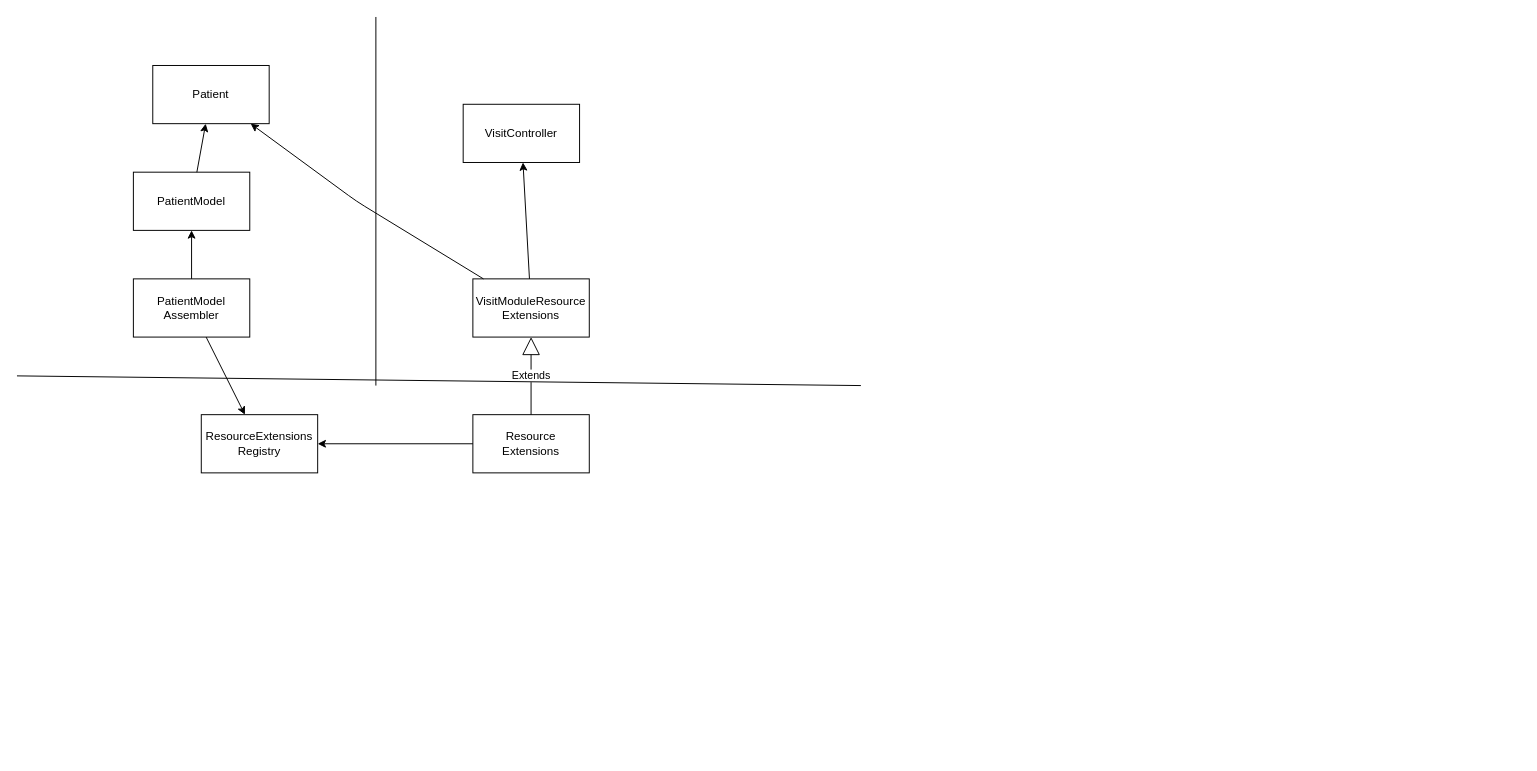
experimental-software/blog keeps this draw.io diagram as content/2021-07-17_cross-module-links/img/class-dependencies.drawio. Above is the earlier version. Source tidied: cells renumbered, new cells numbered last; positions are measured from the earlier drawing's top-left corner, leaving out a move shared by most shapes. Both pictures are drawn from the tidied source at 97%, with x=0, y=0 at pixel (16, 16).
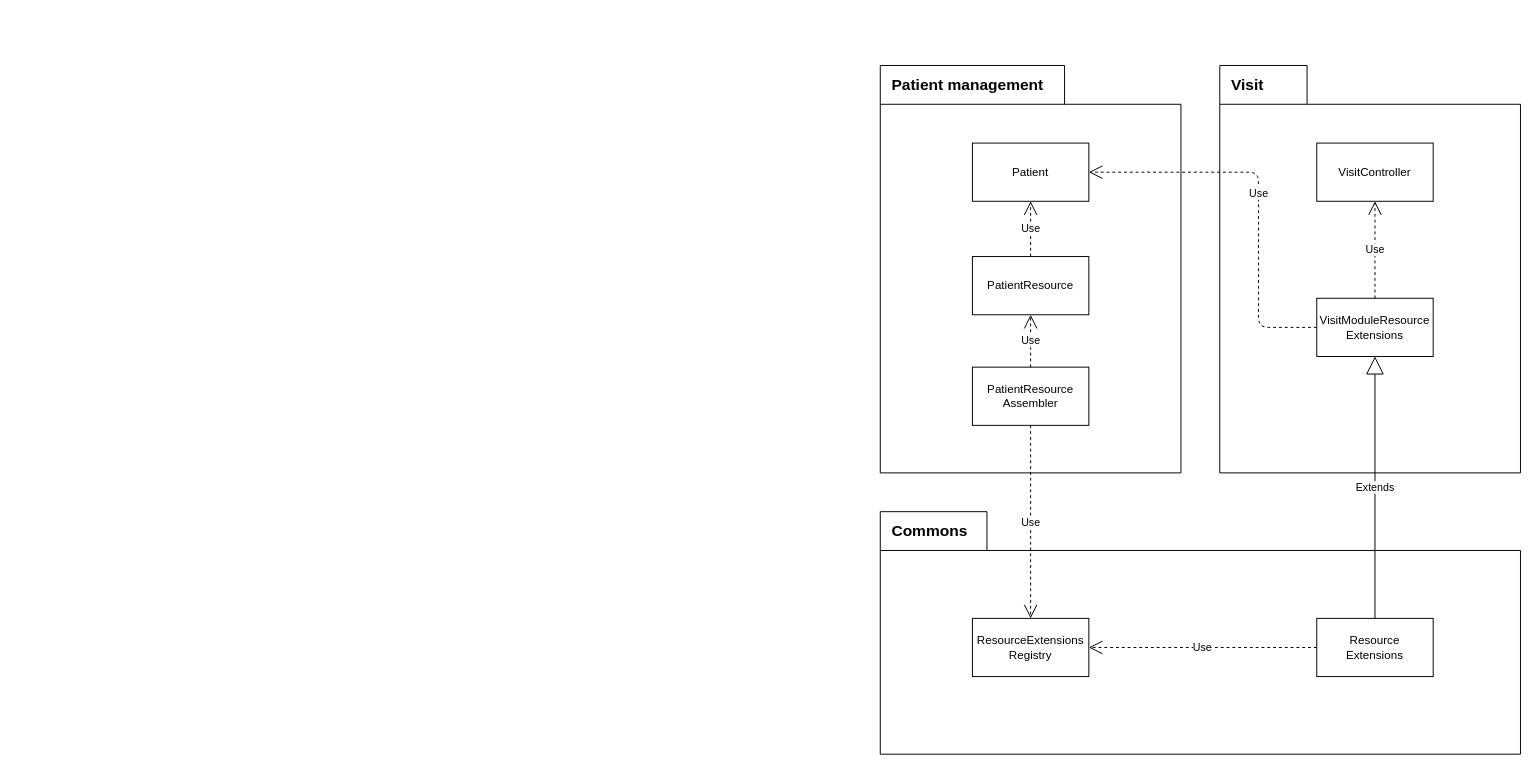
The same diagram, later.

The edit, as a diff of the source:
```diff
@@
+    <mxCell id="18" style="shape=folder;fontStyle=1;spacingTop=10;tabWidth=190;tabHeight=40;tabPosition=left;html=1;" parent="1" vertex="1">
+      <mxGeometry x="890" y="50" width="310" height="420" as="geometry" />
+    </mxCell>
+    <mxCell id="19" value="Patient management" style="text;html=1;strokeColor=none;fillColor=none;align=left;verticalAlign=middle;whiteSpace=wrap;rounded=0;fontStyle=1;fontSize=16;" parent="1" vertex="1">
+      <mxGeometry x="900" y="60" width="160" height="20" as="geometry" />
+    </mxCell>
+    <mxCell id="20" style="shape=folder;fontStyle=1;spacingTop=10;tabWidth=90;tabHeight=40;tabPosition=left;html=1;" parent="1" vertex="1">
+      <mxGeometry x="1240" y="50" width="310" height="420" as="geometry" />
+    </mxCell>
+    <mxCell id="21" value="Visit" style="text;html=1;strokeColor=none;fillColor=none;align=left;verticalAlign=middle;whiteSpace=wrap;rounded=0;fontStyle=1;fontSize=16;" parent="1" vertex="1">
+      <mxGeometry x="1250" y="60" width="60" height="20" as="geometry" />
+    </mxCell>
+    <mxCell id="22" style="shape=folder;fontStyle=1;spacingTop=10;tabWidth=110;tabHeight=40;tabPosition=left;html=1;" parent="1" vertex="1">
+      <mxGeometry x="890" y="510" width="660" height="250" as="geometry" />
+    </mxCell>
+    <mxCell id="23" value="Commons" style="text;html=1;strokeColor=none;fillColor=none;align=left;verticalAlign=middle;whiteSpace=wrap;rounded=0;fontStyle=1;fontSize=16;" parent="1" vertex="1">
+      <mxGeometry x="900" y="520" width="60" height="20" as="geometry" />
+    </mxCell>
     <mxCell id="2" value="Patient" style="rounded=0;whiteSpace=wrap;html=1;" parent="1" vertex="1">
-      <mxGeometry x="140" y="50" width="120" height="60" as="geometry" />
+      <mxGeometry x="985" y="130" width="120" height="60" as="geometry" />
     </mxCell>
-    <mxCell id="3" value="PatientModel" style="rounded=0;whiteSpace=wrap;html=1;" parent="1" vertex="1">
-      <mxGeometry x="120" y="160" width="120" height="60" as="geometry" />
+    <mxCell id="3" value="PatientResource" style="rounded=0;whiteSpace=wrap;html=1;" parent="1" vertex="1">
+      <mxGeometry x="985" y="247" width="120" height="60" as="geometry" />
     </mxCell>
-    <mxCell id="4" value="PatientModel&lt;br&gt;Assembler" style="rounded=0;whiteSpace=wrap;html=1;" parent="1" vertex="1">
-      <mxGeometry x="120" y="270" width="120" height="60" as="geometry" />
+    <mxCell id="4" value="PatientResource&lt;br&gt;Assembler" style="rounded=0;whiteSpace=wrap;html=1;" parent="1" vertex="1">
+      <mxGeometry x="985" y="361" width="120" height="60" as="geometry" />
     </mxCell>
     <mxCell id="5" value="ResourceExtensions&lt;br&gt;Registry" style="rounded=0;whiteSpace=wrap;html=1;" parent="1" vertex="1">
-      <mxGeometry x="190" y="410" width="120" height="60" as="geometry" />
+      <mxGeometry x="985" y="620" width="120" height="60" as="geometry" />
     </mxCell>
     <mxCell id="6" value="Resource&lt;br&gt;Extensions" style="rounded=0;whiteSpace=wrap;html=1;" parent="1" vertex="1">
-      <mxGeometry x="470" y="410" width="120" height="60" as="geometry" />
+      <mxGeometry x="1340" y="620" width="120" height="60" as="geometry" />
     </mxCell>
     <mxCell id="7" value="VisitModuleResource&lt;br&gt;Extensions" style="rounded=0;whiteSpace=wrap;html=1;" parent="1" vertex="1">
-      <mxGeometry x="470" y="270" width="120" height="60" as="geometry" />
+      <mxGeometry x="1340" y="290" width="120" height="60" as="geometry" />
     </mxCell>
@@
-    <mxCell id="9" style="endArrow=classic;html=1;" parent="1" edge="1" source="6" target="5">
-      <mxGeometry relative="1" as="geometry" />
-    </mxCell>
-    <mxCell id="10" style="endArrow=classic;html=1;" parent="1" edge="1" source="4" target="5">
-      <mxGeometry relative="1" as="geometry" />
-    </mxCell>
+    <mxCell id="14" value="VisitController" style="rounded=0;whiteSpace=wrap;html=1;" parent="1" vertex="1">
+      <mxGeometry x="1340" y="130" width="120" height="60" as="geometry" />
+    </mxCell>
+    <mxCell id="15" value="Use" style="endArrow=open;endSize=12;dashed=1;html=1;fontSize=11;" parent="1" edge="1" source="7" target="14">
+      <mxGeometry relative="1" as="geometry" />
+    </mxCell>
-    <mxCell id="11" style="endArrow=classic;html=1;" parent="1" edge="1" source="3" target="2">
+    <mxCell id="11" value="Use" style="endArrow=open;endSize=12;dashed=1;html=1;fontSize=11;fontColor=#000000;" parent="1" edge="1" source="3" target="2">
       <mxGeometry relative="1" as="geometry" />
     </mxCell>
-    <mxCell id="12" style="endArrow=classic;html=1;" parent="1" edge="1" source="4" target="3">
+    <mxCell id="12" value="Use" style="endArrow=open;endSize=12;dashed=1;html=1;fontSize=11;fontColor=#000000;" parent="1" edge="1" source="4" target="3">
       <mxGeometry relative="1" as="geometry" />
     </mxCell>
+    <mxCell id="10" value="Use" style="endArrow=open;endSize=12;dashed=1;html=1;fontSize=11;fontColor=#000000;" parent="1" edge="1" source="4" target="5">
+      <mxGeometry relative="1" as="geometry" />
+    </mxCell>
+    <mxCell id="9" value="Use" style="endArrow=open;endSize=12;dashed=1;html=1;fontSize=11;fontColor=#000000;" parent="1" edge="1" source="6" target="5">
+      <mxGeometry relative="1" as="geometry" />
+    </mxCell>
-    <mxCell id="13" style="endArrow=classic;html=1;" parent="1" edge="1" source="7" target="2">
+    <mxCell id="13" value="Use" style="endArrow=open;endSize=12;dashed=1;html=1;fontSize=11;fontColor=#000000;" parent="1" edge="1" source="7" target="2">
       <mxGeometry relative="1" as="geometry">
         <Array as="points">
-          <mxPoint x="350" y="190" />
+          <mxPoint x="1280" y="320" />
+          <mxPoint x="1280" y="160" />
         </Array>
       </mxGeometry>
     </mxCell>
-    <mxCell id="14" value="VisitController" style="rounded=0;whiteSpace=wrap;html=1;" parent="1" vertex="1">
-      <mxGeometry x="460" y="90" width="120" height="60" as="geometry" />
-    </mxCell>
-    <mxCell id="15" style="endArrow=classic;html=1;" parent="1" edge="1" source="7" target="14">
-      <mxGeometry relative="1" as="geometry" />
-    </mxCell>
-    <mxCell id="16" style="endArrow=none;html=1;" parent="1" edge="1">
-      <mxGeometry relative="1" as="geometry">
-        <mxPoint y="370" as="sourcePoint" />
-        <mxPoint x="870" y="380" as="targetPoint" />
-      </mxGeometry>
-    </mxCell>
-    <mxCell id="17" style="endArrow=none;html=1;" parent="1" edge="1">
-      <mxGeometry relative="1" as="geometry">
-        <mxPoint x="370" y="380" as="sourcePoint" />
-        <mxPoint x="370" as="targetPoint" />
-      </mxGeometry>
-    </mxCell>
```
